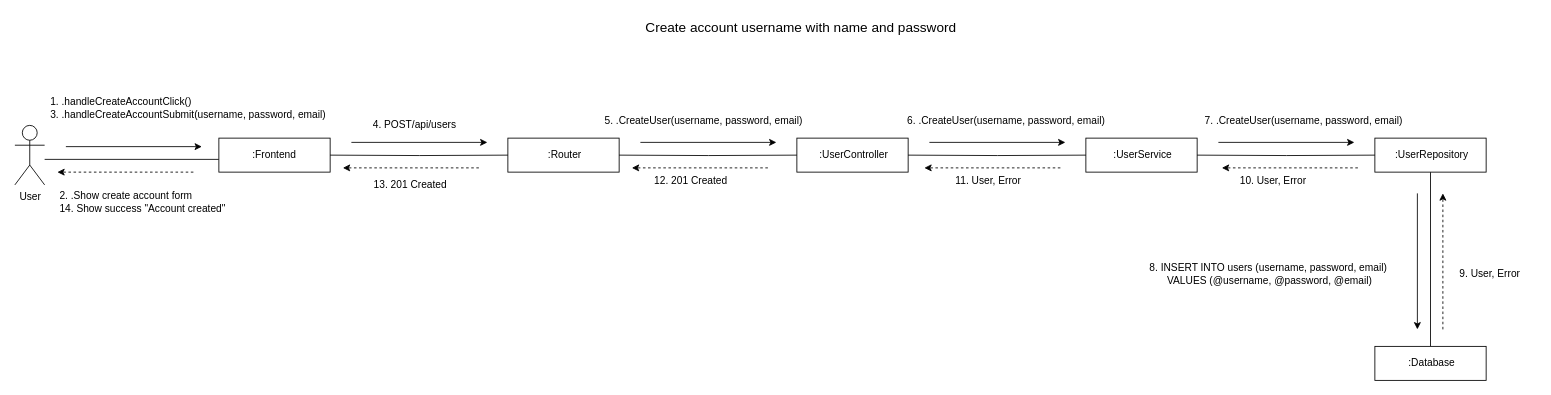
The draw.io diagram CD-Create-Account-User-with-Name-Password/CD-Create-account-username-with-name-and-password.drawio in CS371-Project-Management/CS371-Collaboration-Diagram, before the edit. Source tidied: cells renumbered, new cells numbered last; positions are measured from the earlier drawing's top-left corner, leaving out a move shared by most shapes. Both pictures are drawn from the tidied source at 85%, with x=0, y=0 at pixel (14, 14).
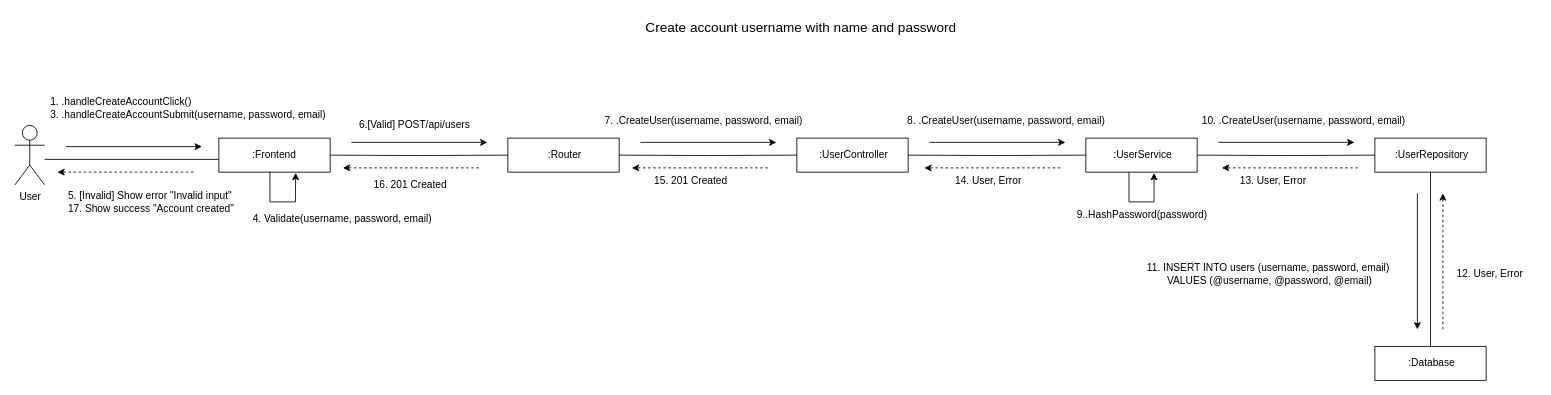
The same diagram, later.

Commit message:
edit CD-Create-account-username-with-name-and-password

The change refers to these unchanged cells:
```xml
<mxCell id="4" value=":Frontend" style="rounded=0;whiteSpace=wrap;html=1;" parent="1" vertex="1">
  <mxGeometry x="240" y="145" width="130.9" height="40" as="geometry" />
</mxCell>
```

Change to the diagram source:
```diff
@@
-    <mxCell id="29" value="&lt;div&gt;8. INSERT INTO users (username, password, email)&amp;nbsp;&lt;/div&gt;&lt;div&gt;VALUES (@username, @password, @email)&lt;/div&gt;" style="text;html=1;align=center;verticalAlign=middle;strokeColor=none;fillColor=none;" parent="1" vertex="1">
+    <mxCell id="29" value="&lt;div&gt;11. INSERT INTO users (username, password, email)&amp;nbsp;&lt;/div&gt;&lt;div&gt;VALUES (@username, @password, @email)&lt;/div&gt;" style="text;html=1;align=center;verticalAlign=middle;strokeColor=none;fillColor=none;" parent="1" vertex="1">
       <mxGeometry x="1315.9" y="285" width="320" height="40" as="geometry" />
     </mxCell>
-    <mxCell id="30" value="9. User, Error" style="text;html=1;align=center;verticalAlign=middle;strokeColor=none;fillColor=none;" parent="1" vertex="1">
-      <mxGeometry x="1685" y="290" width="100" height="30" as="geometry" />
+    <mxCell id="30" value="12. User, Error" style="text;html=1;align=center;verticalAlign=middle;strokeColor=none;fillColor=none;" parent="1" vertex="1">
+      <mxGeometry x="1680" y="290" width="110" height="30" as="geometry" />
     </mxCell>
-    <mxCell id="31" value="11. User, Error" style="text;html=1;align=center;verticalAlign=middle;strokeColor=none;fillColor=none;" parent="1" vertex="1">
+    <mxCell id="31" value="14. User, Error" style="text;html=1;align=center;verticalAlign=middle;strokeColor=none;fillColor=none;" parent="1" vertex="1">
       <mxGeometry x="1090" y="180" width="110" height="30" as="geometry" />
     </mxCell>
-    <mxCell id="32" value="10. User, Error" style="text;html=1;align=center;verticalAlign=middle;strokeColor=none;fillColor=none;" parent="1" vertex="1">
+    <mxCell id="32" value="13. User, Error" style="text;html=1;align=center;verticalAlign=middle;strokeColor=none;fillColor=none;" parent="1" vertex="1">
       <mxGeometry x="1425" y="180" width="110" height="30" as="geometry" />
     </mxCell>
-    <mxCell id="33" value="&lt;div align=&quot;left&quot;&gt;2. .Show create account form&lt;/div&gt;&lt;div align=&quot;left&quot;&gt;14. Show success &quot;Account created&quot;&lt;/div&gt;" style="text;html=1;align=center;verticalAlign=middle;strokeColor=none;fillColor=none;" parent="1" vertex="1">
-      <mxGeometry x="40" y="200" width="220" height="40" as="geometry" />
+    <mxCell id="33" value="&lt;div align=&quot;left&quot;&gt;5. [Invalid] Show error &quot;Invalid input&quot;&lt;br&gt;&lt;/div&gt;&lt;div align=&quot;left&quot;&gt;17. Show success &quot;Account created&quot;&lt;/div&gt;" style="text;html=1;align=center;verticalAlign=middle;strokeColor=none;fillColor=none;" parent="1" vertex="1">
+      <mxGeometry x="40" y="200" width="240" height="40" as="geometry" />
     </mxCell>
-    <mxCell id="34" value="4. POST/api/users" style="text;html=1;align=center;verticalAlign=middle;strokeColor=none;fillColor=none;" parent="1" vertex="1">
-      <mxGeometry x="410" y="115" width="120" height="30" as="geometry" />
+    <mxCell id="34" value="6.[Valid] POST/api/users" style="text;html=1;align=center;verticalAlign=middle;strokeColor=none;fillColor=none;" parent="1" vertex="1">
+      <mxGeometry x="390" y="115" width="160" height="30" as="geometry" />
     </mxCell>
-    <mxCell id="35" value="5. .CreateUser(username, password, email)" style="text;html=1;align=center;verticalAlign=middle;strokeColor=none;fillColor=none;" parent="1" vertex="1">
+    <mxCell id="35" value="7. .CreateUser(username, password, email)" style="text;html=1;align=center;verticalAlign=middle;strokeColor=none;fillColor=none;" parent="1" vertex="1">
       <mxGeometry x="675" y="110" width="270" height="30" as="geometry" />
     </mxCell>
-    <mxCell id="36" value="6. .CreateUser(username, password, email)" style="text;html=1;align=center;verticalAlign=middle;strokeColor=none;fillColor=none;" parent="1" vertex="1">
+    <mxCell id="36" value="8. .CreateUser(username, password, email)" style="text;html=1;align=center;verticalAlign=middle;strokeColor=none;fillColor=none;" parent="1" vertex="1">
       <mxGeometry x="1030.9" y="110" width="270" height="30" as="geometry" />
     </mxCell>
-    <mxCell id="37" value="7. .CreateUser(username, password, email)" style="text;html=1;align=center;verticalAlign=middle;strokeColor=none;fillColor=none;" parent="1" vertex="1">
+    <mxCell id="37" value="10. .CreateUser(username, password, email)" style="text;html=1;align=center;verticalAlign=middle;strokeColor=none;fillColor=none;" parent="1" vertex="1">
       <mxGeometry x="1380.9" y="110" width="270" height="30" as="geometry" />
     </mxCell>
-    <mxCell id="38" value="12. 201 Created" style="text;html=1;align=center;verticalAlign=middle;strokeColor=none;fillColor=none;" parent="1" vertex="1">
+    <mxCell id="38" value="15. 201 Created" style="text;html=1;align=center;verticalAlign=middle;strokeColor=none;fillColor=none;" parent="1" vertex="1">
       <mxGeometry x="740" y="180" width="110" height="30" as="geometry" />
     </mxCell>
-    <mxCell id="39" value="13. 201 Created" style="text;html=1;align=center;verticalAlign=middle;strokeColor=none;fillColor=none;" parent="1" vertex="1">
+    <mxCell id="39" value="16. 201 Created" style="text;html=1;align=center;verticalAlign=middle;strokeColor=none;fillColor=none;" parent="1" vertex="1">
       <mxGeometry x="410" y="185" width="110" height="30" as="geometry" />
     </mxCell>
@@
+    <mxCell id="41" style="endArrow=none;html=1;rounded=0;entryX=0.459;entryY=0.992;entryDx=0;entryDy=0;entryPerimeter=0;" parent="1" edge="1" target="4">
+      <mxGeometry relative="1" as="geometry">
+        <mxPoint x="300" y="220" as="sourcePoint" />
+      </mxGeometry>
+    </mxCell>
+    <mxCell id="42" style="endArrow=none;html=1;rounded=0;" parent="1" edge="1">
+      <mxGeometry relative="1" as="geometry">
+        <mxPoint x="300" y="220" as="sourcePoint" />
+        <mxPoint x="330" y="220" as="targetPoint" />
+      </mxGeometry>
+    </mxCell>
+    <mxCell id="43" style="endArrow=classic;html=1;rounded=0;entryX=0.69;entryY=1.022;entryDx=0;entryDy=0;entryPerimeter=0;" parent="1" edge="1" target="4">
+      <mxGeometry relative="1" as="geometry">
+        <mxPoint x="330" y="220" as="sourcePoint" />
+      </mxGeometry>
+    </mxCell>
+    <mxCell id="44" value="4. Validate(username, password, email)" style="text;html=1;align=center;verticalAlign=middle;strokeColor=none;fillColor=none;" parent="1" vertex="1">
+      <mxGeometry x="260" y="225" width="250" height="30" as="geometry" />
+    </mxCell>
+    <mxCell id="45" style="group;" parent="1" vertex="1">
+      <mxGeometry x="1310.7" y="185" width="29.5" height="35" as="geometry" />
+    </mxCell>
+    <mxCell id="46" style="endArrow=none;html=1;rounded=0;entryX=0.459;entryY=0.992;entryDx=0;entryDy=0;entryPerimeter=0;" parent="45" edge="1">
+      <mxGeometry relative="1" as="geometry">
+        <mxPoint y="35" as="sourcePoint" />
+        <mxPoint as="targetPoint" />
+      </mxGeometry>
+    </mxCell>
+    <mxCell id="47" style="endArrow=none;html=1;rounded=0;" parent="45" edge="1">
+      <mxGeometry relative="1" as="geometry">
+        <mxPoint y="35" as="sourcePoint" />
+        <mxPoint x="29.5" y="35" as="targetPoint" />
+      </mxGeometry>
+    </mxCell>
+    <mxCell id="48" style="endArrow=classic;html=1;rounded=0;entryX=0.69;entryY=1.022;entryDx=0;entryDy=0;entryPerimeter=0;" parent="45" edge="1">
+      <mxGeometry relative="1" as="geometry">
+        <mxPoint x="29.5" y="35" as="sourcePoint" />
+        <mxPoint x="29.5" y="1" as="targetPoint" />
+      </mxGeometry>
+    </mxCell>
+    <mxCell id="49" value="9..HashPassword(password)" style="text;html=1;align=center;verticalAlign=middle;strokeColor=none;fillColor=none;" parent="1" vertex="1">
+      <mxGeometry x="1235.5" y="220" width="180" height="30" as="geometry" />
+    </mxCell>
```
